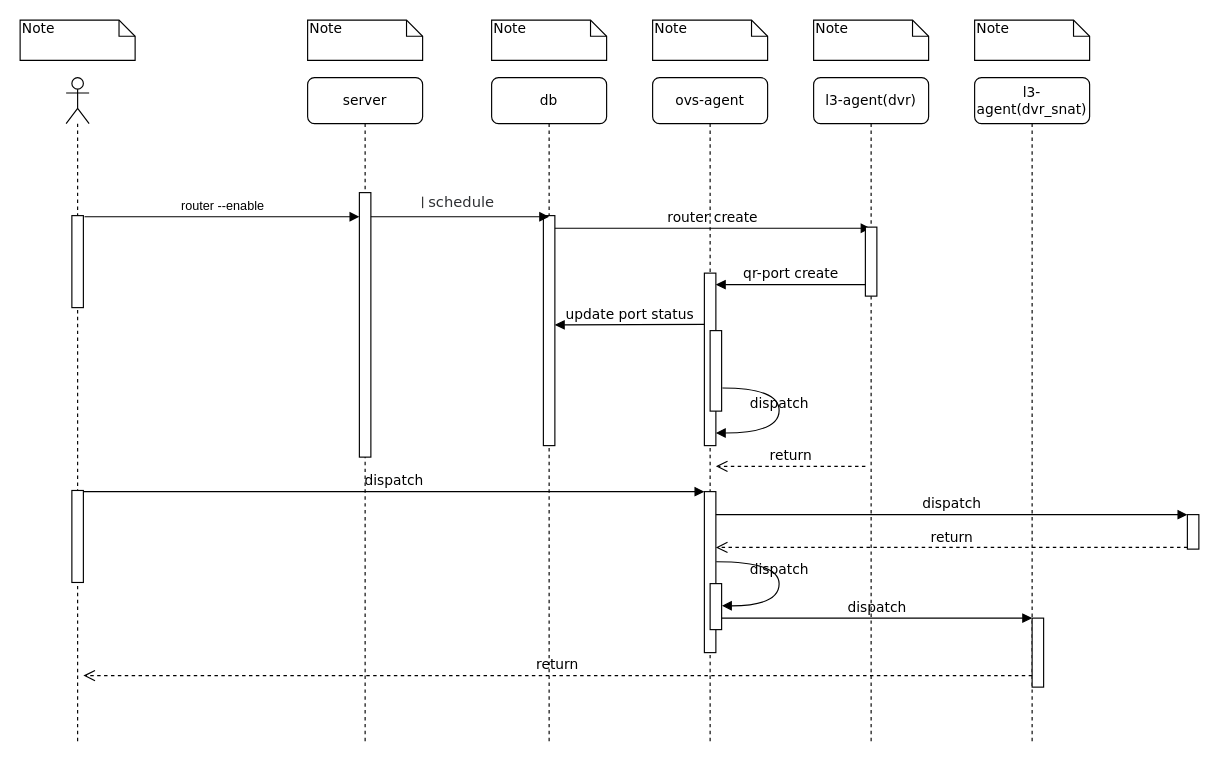
Earlier version of the draw.io diagram page "Page-1" (1 of 2) of Untitled Diagram.drawio (scilla0531/pub). Source tidied: cells renumbered, new cells numbered last; positions are measured from the earlier drawing's top-left corner, leaving out a move shared by most shapes. Both pictures are drawn from the tidied source at 115%, with x=0, y=0 at pixel (20, 20).
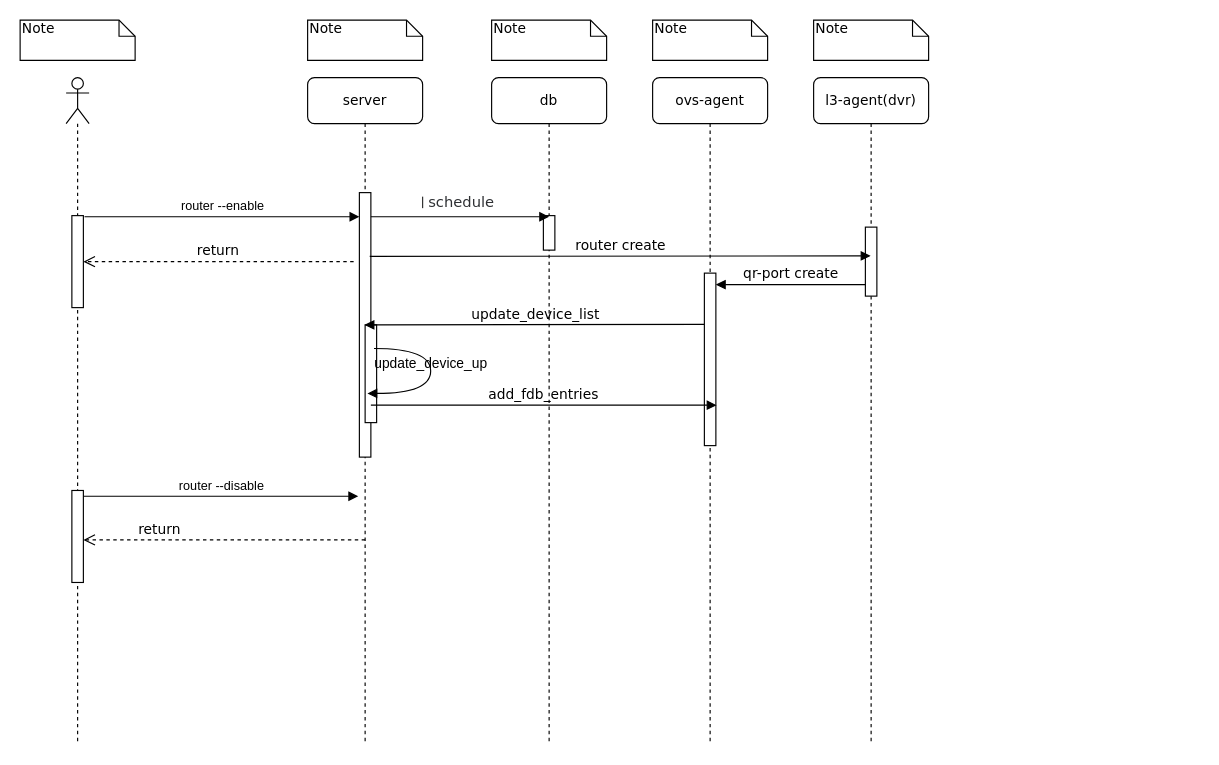
After the change.

The change refers to these unchanged cells:
```xml
<mxCell id="2" value="server" style="shape=umlLifeline;perimeter=lifelinePerimeter;whiteSpace=wrap;html=1;outlineConnect=0;rounded=1;shadow=0;comic=0;labelBackgroundColor=none;strokeWidth=1;fontFamily=Verdana;fontSize=12;align=center;" parent="1" vertex="1">
  <mxGeometry x="250" y="50" width="100" height="580" as="geometry" />
</mxCell>
<mxCell id="4" value="db" style="shape=umlLifeline;perimeter=lifelinePerimeter;whiteSpace=wrap;html=1;rounded=1;shadow=0;comic=0;labelBackgroundColor=none;strokeWidth=1;fontFamily=Verdana;fontSize=12;align=center;" parent="1" vertex="1">
  <mxGeometry x="410" y="50" width="100" height="580" as="geometry" />
</mxCell>
<mxCell id="6" value="ovs-agent" style="shape=umlLifeline;perimeter=lifelinePerimeter;whiteSpace=wrap;html=1;rounded=1;shadow=0;comic=0;labelBackgroundColor=none;strokeWidth=1;fontFamily=Verdana;fontSize=12;align=center;" parent="1" vertex="1">
  <mxGeometry x="550" y="50" width="100" height="580" as="geometry" />
</mxCell>
<mxCell id="9" value="l3-agent(dvr)" style="shape=umlLifeline;perimeter=lifelinePerimeter;whiteSpace=wrap;html=1;outlineConnect=0;rounded=1;shadow=0;comic=0;labelBackgroundColor=none;strokeWidth=1;fontFamily=Verdana;fontSize=12;align=center;" parent="1" vertex="1">
  <mxGeometry x="690" y="50" width="100" height="580" as="geometry" />
</mxCell>
<mxCell id="35" style="html=1;points=[];perimeter=orthogonalPerimeter;" parent="34" vertex="1">
  <mxGeometry x="5" y="120" width="10" height="80" as="geometry" />
</mxCell>
```

The edit, as a diff of the source:
```diff
@@
+    <mxCell id="24" style="html=1;points=[];perimeter=orthogonalPerimeter;rounded=0;shadow=0;comic=0;labelBackgroundColor=none;strokeWidth=1;fontFamily=Verdana;fontSize=12;align=center;" parent="2" vertex="1">
+      <mxGeometry x="50" y="215" width="10" height="85" as="geometry" />
+    </mxCell>
+    <mxCell id="14" value="return" style="html=1;verticalAlign=bottom;endArrow=open;dashed=1;endSize=8;labelBackgroundColor=none;fontFamily=Verdana;fontSize=12;edgeStyle=elbowEdgeStyle;elbow=vertical;" parent="2" edge="1" target="35">
+      <mxGeometry relative="1" as="geometry">
+        <mxPoint x="40" y="160" as="sourcePoint" />
+        <Array as="points">
+          <mxPoint x="-15" y="160" />
+          <mxPoint x="15" y="160" />
+        </Array>
+      </mxGeometry>
+    </mxCell>
@@
     <mxCell id="5" style="html=1;perimeter=orthogonalPerimeter;rounded=0;shadow=0;comic=0;labelBackgroundColor=none;strokeWidth=1;fontFamily=Verdana;fontSize=12;align=center;" parent="4" vertex="1">
-      <mxGeometry x="45" y="120" width="10" height="200" as="geometry" />
+      <mxGeometry x="45" y="120" width="10" height="30" as="geometry" />
     </mxCell>
@@
-    <mxCell id="7" value="router create" style="html=1;verticalAlign=bottom;endArrow=block;labelBackgroundColor=none;fontFamily=Verdana;fontSize=12;edgeStyle=elbowEdgeStyle;elbow=vertical;" parent="6" edge="1" target="9">
-      <mxGeometry relative="1" as="geometry">
-        <mxPoint x="-85" y="131" as="sourcePoint" />
-      </mxGeometry>
-    </mxCell>
-    <mxCell id="8" value="update port status" style="html=1;verticalAlign=bottom;endArrow=block;labelBackgroundColor=none;fontFamily=Verdana;fontSize=12;edgeStyle=elbowEdgeStyle;elbow=vertical;" parent="6" edge="1">
+    <mxCell id="8" value="update_device_list" style="html=1;verticalAlign=bottom;endArrow=block;labelBackgroundColor=none;fontFamily=Verdana;fontSize=12;edgeStyle=elbowEdgeStyle;elbow=vertical;" parent="6" edge="1" target="2">
       <mxGeometry relative="1" as="geometry">
         <mxPoint x="45" y="214.5" as="sourcePoint" />
-        <mxPoint x="-85" y="214.5" as="targetPoint" />
       </mxGeometry>
     </mxCell>
@@
-    <mxCell id="10" value="l3-agent(dvr_snat)" style="shape=umlLifeline;perimeter=lifelinePerimeter;whiteSpace=wrap;html=1;rounded=1;shadow=0;comic=0;labelBackgroundColor=none;strokeWidth=1;fontFamily=Verdana;fontSize=12;align=center;" parent="1" vertex="1">
-      <mxGeometry x="830" y="50" width="100" height="580" as="geometry" />
-    </mxCell>
@@
-    <mxCell id="14" value="return" style="html=1;verticalAlign=bottom;endArrow=open;dashed=1;endSize=8;labelBackgroundColor=none;fontFamily=Verdana;fontSize=12;edgeStyle=elbowEdgeStyle;elbow=vertical;" parent="1" edge="1">
-      <mxGeometry relative="1" as="geometry">
-        <mxPoint x="735" y="388" as="sourcePoint" />
-        <mxPoint x="605" y="388" as="targetPoint" />
-        <Array as="points">
-          <mxPoint x="680" y="388" />
-          <mxPoint x="710" y="388" />
-        </Array>
-      </mxGeometry>
-    </mxCell>
-    <mxCell id="15" style="html=1;points=[];perimeter=orthogonalPerimeter;rounded=0;shadow=0;comic=0;labelBackgroundColor=none;strokeWidth=1;fontFamily=Verdana;fontSize=12;align=center;" parent="1" vertex="1">
-      <mxGeometry x="595" y="410" width="10" height="140" as="geometry" />
-    </mxCell>
-    <mxCell id="16" value="dispatch" style="html=1;verticalAlign=bottom;endArrow=block;entryX=0;entryY=0;labelBackgroundColor=none;fontFamily=Verdana;fontSize=12;" parent="1" edge="1" target="15">
+    <mxCell id="16" value="add_fdb_entries" style="html=1;verticalAlign=bottom;endArrow=block;entryX=1.06;entryY=0.945;labelBackgroundColor=none;fontFamily=Verdana;fontSize=12;entryDx=0;entryDy=0;entryPerimeter=0;" parent="1" edge="1">
       <mxGeometry relative="1" as="geometry">
-        <mxPoint x="55" y="410" as="sourcePoint" />
+        <mxPoint x="305" y="334.8" as="sourcePoint" />
+        <mxPoint x="605.6" y="334.8" as="targetPoint" />
       </mxGeometry>
     </mxCell>
-    <mxCell id="17" style="html=1;points=[];perimeter=orthogonalPerimeter;rounded=0;shadow=0;comic=0;labelBackgroundColor=none;strokeColor=#000000;strokeWidth=1;fillColor=#FFFFFF;fontFamily=Verdana;fontSize=12;fontColor=#000000;align=center;" parent="1" vertex="1">
-      <mxGeometry x="1015" y="430" width="10" height="30" as="geometry" />
-    </mxCell>
-    <mxCell id="18" value="dispatch" style="html=1;verticalAlign=bottom;endArrow=block;entryX=0;entryY=0;labelBackgroundColor=none;fontFamily=Verdana;fontSize=12;" parent="1" edge="1" source="15" target="17">
-      <mxGeometry relative="1" as="geometry" />
-    </mxCell>
-    <mxCell id="19" value="return" style="html=1;verticalAlign=bottom;endArrow=open;dashed=1;endSize=8;exitX=0;exitY=0.95;labelBackgroundColor=none;fontFamily=Verdana;fontSize=12;" parent="1" edge="1" source="17" target="15">
-      <mxGeometry relative="1" as="geometry" />
-    </mxCell>
-    <mxCell id="20" style="html=1;points=[];perimeter=orthogonalPerimeter;rounded=0;shadow=0;comic=0;labelBackgroundColor=none;strokeWidth=1;fontFamily=Verdana;fontSize=12;align=center;" parent="1" vertex="1">
-      <mxGeometry x="880" y="520" width="10" height="60" as="geometry" />
-    </mxCell>
-    <mxCell id="21" value="dispatch" style="html=1;verticalAlign=bottom;endArrow=block;entryX=0;entryY=0;labelBackgroundColor=none;fontFamily=Verdana;fontSize=12;edgeStyle=elbowEdgeStyle;elbow=vertical;" parent="1" edge="1" source="26" target="20">
-      <mxGeometry relative="1" as="geometry" />
-    </mxCell>
-    <mxCell id="22" value="return" style="html=1;verticalAlign=bottom;endArrow=open;dashed=1;endSize=8;labelBackgroundColor=none;fontFamily=Verdana;fontSize=12;edgeStyle=elbowEdgeStyle;elbow=vertical;" parent="1" edge="1" source="20">
-      <mxGeometry relative="1" as="geometry">
-        <mxPoint x="55" y="570" as="targetPoint" />
+    <mxCell id="22" value="return" style="html=1;verticalAlign=bottom;endArrow=open;dashed=1;endSize=8;labelBackgroundColor=none;fontFamily=Verdana;fontSize=12;edgeStyle=elbowEdgeStyle;elbow=vertical;" parent="1" edge="1">
+      <mxGeometry x="0.46" relative="1" as="geometry">
+        <mxPoint x="300" y="452" as="sourcePoint" />
+        <mxPoint x="55" y="452" as="targetPoint" />
         <Array as="points">
-          <mxPoint x="580" y="570" />
+          <mxPoint x="200" y="452" />
         </Array>
       </mxGeometry>
     </mxCell>
@@
-    <mxCell id="24" style="html=1;points=[];perimeter=orthogonalPerimeter;rounded=0;shadow=0;comic=0;labelBackgroundColor=none;strokeWidth=1;fontFamily=Verdana;fontSize=12;align=center;" parent="1" vertex="1">
-      <mxGeometry x="600" y="270" width="10" height="70" as="geometry" />
-    </mxCell>
-    <mxCell id="25" value="dispatch" style="html=1;verticalAlign=bottom;endArrow=block;labelBackgroundColor=none;fontFamily=Verdana;fontSize=12;elbow=vertical;edgeStyle=orthogonalEdgeStyle;curved=1;exitX=1.066;exitY=0.713;exitPerimeter=0;" parent="1" edge="1" source="24">
-      <mxGeometry relative="1" as="geometry">
-        <mxPoint x="605" y="359" as="targetPoint" />
-        <Array as="points">
-          <mxPoint x="660" y="320" />
-          <mxPoint x="660" y="359" />
-        </Array>
-      </mxGeometry>
-    </mxCell>
-    <mxCell id="26" style="html=1;points=[];perimeter=orthogonalPerimeter;rounded=0;shadow=0;comic=0;labelBackgroundColor=none;strokeWidth=1;fontFamily=Verdana;fontSize=12;align=center;" parent="1" vertex="1">
-      <mxGeometry x="600" y="490" width="10" height="40" as="geometry" />
-    </mxCell>
-    <mxCell id="27" value="dispatch" style="html=1;verticalAlign=bottom;endArrow=block;labelBackgroundColor=none;fontFamily=Verdana;fontSize=12;elbow=vertical;edgeStyle=orthogonalEdgeStyle;curved=1;entryX=1;entryY=0.286;entryPerimeter=0;exitX=1.038;exitY=0.345;exitPerimeter=0;" parent="1" edge="1">
-      <mxGeometry relative="1" as="geometry">
-        <mxPoint x="605.3" y="471" as="sourcePoint" />
-        <mxPoint x="610.3" y="509.3" as="targetPoint" />
-        <Array as="points">
-          <mxPoint x="660" y="471" />
-          <mxPoint x="660" y="509" />
-        </Array>
-      </mxGeometry>
-    </mxCell>
@@
-    <mxCell id="33" value="Note" style="shape=note;whiteSpace=wrap;html=1;size=14;verticalAlign=top;align=left;spacingTop=-6;rounded=0;shadow=0;comic=0;labelBackgroundColor=none;strokeWidth=1;fontFamily=Verdana;fontSize=12;" parent="1" vertex="1">
-      <mxGeometry x="830" width="100" height="35" as="geometry" />
-    </mxCell>
@@
+    <mxCell id="7" value="router create" style="html=1;verticalAlign=bottom;endArrow=block;labelBackgroundColor=none;fontFamily=Verdana;fontSize=12;edgeStyle=elbowEdgeStyle;elbow=vertical;exitX=0.9;exitY=0.18;exitDx=0;exitDy=0;exitPerimeter=0;" parent="1" edge="1">
+      <mxGeometry relative="1" as="geometry">
+        <mxPoint x="304" y="205.4" as="sourcePoint" />
+        <mxPoint x="739.5" y="205" as="targetPoint" />
+      </mxGeometry>
+    </mxCell>
+    <mxCell id="38" value="&lt;span style=&quot;font-family: &amp;#34;helvetica&amp;#34; ; text-align: left&quot;&gt;update_device_up&lt;/span&gt;" style="html=1;verticalAlign=bottom;endArrow=block;labelBackgroundColor=none;fontFamily=Verdana;fontSize=12;elbow=vertical;edgeStyle=orthogonalEdgeStyle;curved=1;exitX=1.066;exitY=0.713;exitPerimeter=0;" parent="1" edge="1">
+      <mxGeometry relative="1" as="geometry">
+        <mxPoint x="307.7" y="285.5" as="sourcePoint" />
+        <mxPoint x="302" y="324.6" as="targetPoint" />
+        <Array as="points">
+          <mxPoint x="357" y="285.6" />
+          <mxPoint x="357" y="324.6" />
+        </Array>
+      </mxGeometry>
+    </mxCell>
+    <mxCell id="39" value="router --disable" style="html=1;verticalAlign=bottom;endArrow=block;rounded=0;" parent="1" edge="1">
+      <mxGeometry relative="1" as="geometry">
+        <mxPoint x="55" y="414" as="sourcePoint" />
+        <mxPoint x="294" y="414" as="targetPoint" />
+      </mxGeometry>
+    </mxCell>
```
